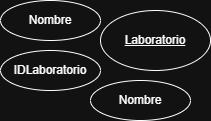
alexisbilliet/Capicua-Base_de_Datos- keeps this draw.io diagram as Actividades/Diseño y Consultas Avanzadas en  SQL/DERLaboratorio.drawio.png. Above is the earlier version. Source tidied: cells renumbered, new cells last; positions are measured from the earlier drawing's top-left corner, leaving out a move shared by most shapes. Its diagram source:
```xml
<mxGraphModel>
  <root>
    <mxCell id="0" />
    <mxCell id="1" parent="0" />
    <mxCell id="2" value="Laboratorio" style="ellipse;whiteSpace=wrap;html=1;align=center;fontStyle=4;" parent="1" vertex="1">
      <mxGeometry x="100" y="10" width="110" height="60" as="geometry" />
    </mxCell>
    <mxCell id="3" value="IDLaboratorio" style="ellipse;whiteSpace=wrap;html=1;align=center;" parent="1" vertex="1">
      <mxGeometry y="50" width="100" height="40" as="geometry" />
    </mxCell>
    <mxCell id="4" value="Nombre" style="ellipse;whiteSpace=wrap;html=1;align=center;" parent="1" vertex="1">
      <mxGeometry width="100" height="40" as="geometry" />
    </mxCell>
    <mxCell id="5" value="Nombre" style="ellipse;whiteSpace=wrap;html=1;align=center;" parent="1" vertex="1">
      <mxGeometry x="90" y="80" width="100" height="40" as="geometry" />
    </mxCell>
  </root>
</mxGraphModel>
```
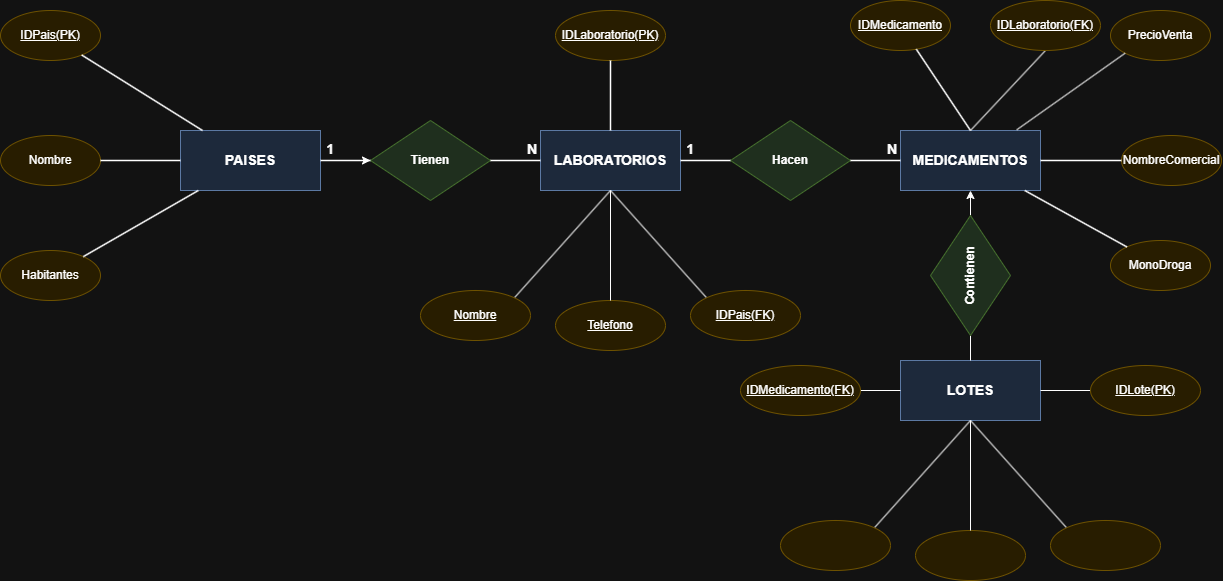
The same diagram one commit later.

Change to the diagram source:
```diff
@@ -2,17 +2,169 @@
   <root>
     <mxCell id="0" />
     <mxCell id="1" parent="0" />
-    <mxCell id="2" value="Laboratorio" style="ellipse;whiteSpace=wrap;html=1;align=center;fontStyle=4;" parent="1" vertex="1">
-      <mxGeometry x="100" y="10" width="110" height="60" as="geometry" />
-    </mxCell>
-    <mxCell id="3" value="IDLaboratorio" style="ellipse;whiteSpace=wrap;html=1;align=center;" parent="1" vertex="1">
-      <mxGeometry y="50" width="100" height="40" as="geometry" />
-    </mxCell>
-    <mxCell id="4" value="Nombre" style="ellipse;whiteSpace=wrap;html=1;align=center;" parent="1" vertex="1">
-      <mxGeometry width="100" height="40" as="geometry" />
-    </mxCell>
-    <mxCell id="5" value="Nombre" style="ellipse;whiteSpace=wrap;html=1;align=center;" parent="1" vertex="1">
-      <mxGeometry x="90" y="80" width="100" height="40" as="geometry" />
-    </mxCell>
+    <mxCell id="6" style="edgeStyle=orthogonalEdgeStyle;rounded=0;jettySize=auto;html=1;" parent="1" edge="1" source="7" target="11">
+      <mxGeometry relative="1" as="geometry" />
+    </mxCell>
+    <mxCell id="7" value="PAISES" style="rounded=0;whiteSpace=wrap;html=1;fillColor=#dae8fc;strokeColor=#6c8ebf;fontStyle=1;fontSize=14;" parent="1" vertex="1">
+      <mxGeometry x="140" y="-500" width="140" height="60" as="geometry" />
+    </mxCell>
+    <mxCell id="8" value="&lt;u&gt;IDPais(PK)&lt;/u&gt;" style="ellipse;whiteSpace=wrap;html=1;fillColor=#fff2cc;strokeColor=#d6b656;fontSize=12;html=1;" parent="1" vertex="1">
+      <mxGeometry x="-40" y="-620" width="100" height="50" as="geometry" />
+    </mxCell>
+    <mxCell id="9" value="Nombre" style="ellipse;whiteSpace=wrap;html=1;fillColor=#fff2cc;strokeColor=#d6b656;fontSize=12;" parent="1" vertex="1">
+      <mxGeometry x="-40" y="-495" width="100" height="50" as="geometry" />
+    </mxCell>
+    <mxCell id="10" value="Habitantes" style="ellipse;whiteSpace=wrap;html=1;fillColor=#fff2cc;strokeColor=#d6b656;fontSize=12;" parent="1" vertex="1">
+      <mxGeometry x="-40" y="-380" width="100" height="50" as="geometry" />
+    </mxCell>
+    <mxCell id="11" value="Tienen" style="rhombus;whiteSpace=wrap;html=1;fillColor=#d5e8d4;strokeColor=#82b366;fontStyle=1;fontSize=12;" parent="1" vertex="1">
+      <mxGeometry x="330" y="-510" width="120" height="80" as="geometry" />
+    </mxCell>
+    <mxCell id="12" value="LABORATORIOS" style="rounded=0;whiteSpace=wrap;html=1;fillColor=#dae8fc;strokeColor=#6c8ebf;fontStyle=1;fontSize=14;" parent="1" vertex="1">
+      <mxGeometry x="500" y="-500" width="140" height="60" as="geometry" />
+    </mxCell>
+    <mxCell id="13" value="&lt;u&gt;IDLaboratorio(PK)&lt;/u&gt;" style="ellipse;whiteSpace=wrap;html=1;fillColor=#fff2cc;strokeColor=#d6b656;fontSize=12;html=1;" parent="1" vertex="1">
+      <mxGeometry x="515" y="-620" width="110" height="50" as="geometry" />
+    </mxCell>
+    <mxCell id="14" value="Hacen" style="rhombus;whiteSpace=wrap;html=1;fillColor=#d5e8d4;strokeColor=#82b366;fontStyle=1;fontSize=12;" parent="1" vertex="1">
+      <mxGeometry x="690" y="-510" width="120" height="80" as="geometry" />
+    </mxCell>
+    <mxCell id="15" style="rounded=0;jettySize=auto;html=1;exitX=1;exitY=0.5;exitDx=0;exitDy=0;entryX=0.5;entryY=1;entryDx=0;entryDy=0;endArrow=classic;endFill=1;" parent="1" edge="1" source="45" target="16">
+      <mxGeometry relative="1" as="geometry" />
+    </mxCell>
+    <mxCell id="16" value="MEDICAMENTOS" style="rounded=0;whiteSpace=wrap;html=1;fillColor=#dae8fc;strokeColor=#6c8ebf;fontStyle=1;fontSize=14;" parent="1" vertex="1">
+      <mxGeometry x="860" y="-500" width="140" height="60" as="geometry" />
+    </mxCell>
+    <mxCell id="17" value="&lt;u&gt;IDMedicamento&lt;/u&gt;" style="ellipse;whiteSpace=wrap;html=1;fillColor=#fff2cc;strokeColor=#d6b656;fontSize=12;html=1;" parent="1" vertex="1">
+      <mxGeometry x="810" y="-630" width="100" height="50" as="geometry" />
+    </mxCell>
+    <mxCell id="18" value="NombreComercial" style="ellipse;whiteSpace=wrap;html=1;fillColor=#fff2cc;strokeColor=#d6b656;fontSize=12;" parent="1" vertex="1">
+      <mxGeometry x="1081" y="-495" width="100" height="50" as="geometry" />
+    </mxCell>
+    <mxCell id="19" value="MonoDroga" style="ellipse;whiteSpace=wrap;html=1;fillColor=#fff2cc;strokeColor=#d6b656;fontSize=12;" parent="1" vertex="1">
+      <mxGeometry x="1070" y="-390" width="100" height="50" as="geometry" />
+    </mxCell>
+    <mxCell id="20" style="endArrow=none;html=1;strokeWidth=1.5;rounded=0;" parent="1" edge="1" source="7" target="8">
+      <mxGeometry relative="1" as="geometry" />
+    </mxCell>
+    <mxCell id="21" style="endArrow=none;html=1;strokeWidth=1.5;rounded=0;" parent="1" edge="1" source="7" target="9">
+      <mxGeometry relative="1" as="geometry" />
+    </mxCell>
+    <mxCell id="22" style="endArrow=none;html=1;strokeWidth=1.5;rounded=0;" parent="1" edge="1" source="7" target="10">
+      <mxGeometry relative="1" as="geometry" />
+    </mxCell>
+    <mxCell id="23" value="1" style="endArrow=none;html=1;strokeWidth=1.5;labelBackgroundColor=none;fontSize=14;fontStyle=1;align=right;verticalAlign=bottom;rounded=0;" parent="1" edge="1" source="7" target="11">
+      <mxGeometry relative="1" as="geometry">
+        <mxPoint x="-10" as="offset" />
+      </mxGeometry>
+    </mxCell>
+    <mxCell id="24" value="N" style="endArrow=none;html=1;strokeWidth=1.5;labelBackgroundColor=none;fontSize=14;fontStyle=1;align=left;verticalAlign=bottom;rounded=0;" parent="1" edge="1" source="11" target="12">
+      <mxGeometry relative="1" as="geometry">
+        <mxPoint x="10" as="offset" />
+      </mxGeometry>
+    </mxCell>
+    <mxCell id="25" style="endArrow=none;html=1;strokeWidth=1.5;rounded=0;" parent="1" edge="1" source="12" target="13">
+      <mxGeometry relative="1" as="geometry" />
+    </mxCell>
+    <mxCell id="26" value="1" style="endArrow=none;html=1;strokeWidth=1.5;labelBackgroundColor=none;fontSize=14;fontStyle=1;align=right;verticalAlign=bottom;rounded=0;" parent="1" edge="1" source="12" target="14">
+      <mxGeometry relative="1" as="geometry">
+        <mxPoint x="-10" as="offset" />
+      </mxGeometry>
+    </mxCell>
+    <mxCell id="27" value="N" style="endArrow=none;html=1;strokeWidth=1.5;labelBackgroundColor=none;fontSize=14;fontStyle=1;align=left;verticalAlign=bottom;rounded=0;" parent="1" edge="1" source="14" target="16">
+      <mxGeometry relative="1" as="geometry">
+        <mxPoint x="10" as="offset" />
+      </mxGeometry>
+    </mxCell>
+    <mxCell id="28" style="endArrow=none;html=1;strokeWidth=1.5;rounded=0;exitX=0.5;exitY=0;exitDx=0;exitDy=0;" parent="1" edge="1" source="16" target="17">
+      <mxGeometry relative="1" as="geometry" />
+    </mxCell>
+    <mxCell id="29" style="endArrow=none;html=1;strokeWidth=1.5;rounded=0;" parent="1" edge="1" source="16" target="18">
+      <mxGeometry relative="1" as="geometry" />
+    </mxCell>
+    <mxCell id="30" style="endArrow=none;html=1;strokeWidth=1.5;rounded=0;" parent="1" edge="1" source="16" target="19">
+      <mxGeometry relative="1" as="geometry" />
+    </mxCell>
+    <mxCell id="31" value="1 : N" style="edgeStyle=entityRelationEdgeStyle;fontSize=11;html=1;rounded=1;endArrow=ERmandOne;startArrow=ERzeroToMany;source=3;target=2;labelBackgroundColor=#ffffff;" parent="1" edge="1">
+      <mxGeometry relative="1" as="geometry" />
+    </mxCell>
+    <mxCell id="32" value="1 : N" style="edgeStyle=entityRelationEdgeStyle;fontSize=11;html=1;rounded=1;endArrow=ERmandOne;startArrow=ERzeroToMany;source=4;target=3;labelBackgroundColor=#ffffff;" parent="1" edge="1">
+      <mxGeometry relative="1" as="geometry" />
+    </mxCell>
+    <mxCell id="33" style="rounded=0;jettySize=auto;html=1;exitX=1;exitY=0;exitDx=0;exitDy=0;entryX=0.5;entryY=1;entryDx=0;entryDy=0;endArrow=none;endFill=0;" parent="1" edge="1" source="34" target="12">
+      <mxGeometry relative="1" as="geometry" />
+    </mxCell>
+    <mxCell id="34" value="&lt;u&gt;Nombre&lt;/u&gt;" style="ellipse;whiteSpace=wrap;html=1;fillColor=#fff2cc;strokeColor=#d6b656;fontSize=12;html=1;" parent="1" vertex="1">
+      <mxGeometry x="380" y="-340" width="110" height="50" as="geometry" />
+    </mxCell>
+    <mxCell id="35" value="&lt;u&gt;Telefono&lt;/u&gt;" style="ellipse;whiteSpace=wrap;html=1;fillColor=#fff2cc;strokeColor=#d6b656;fontSize=12;html=1;" parent="1" vertex="1">
+      <mxGeometry x="515" y="-330" width="110" height="50" as="geometry" />
+    </mxCell>
+    <mxCell id="36" style="rounded=0;jettySize=auto;html=1;exitX=0;exitY=0;exitDx=0;exitDy=0;entryX=0.5;entryY=1;entryDx=0;entryDy=0;endArrow=none;endFill=0;" parent="1" edge="1" source="37" target="12">
+      <mxGeometry relative="1" as="geometry" />
+    </mxCell>
+    <mxCell id="37" value="&lt;u&gt;IDPais(FK)&lt;/u&gt;" style="ellipse;whiteSpace=wrap;html=1;fillColor=#fff2cc;strokeColor=#d6b656;fontSize=12;html=1;" parent="1" vertex="1">
+      <mxGeometry x="650" y="-340" width="110" height="50" as="geometry" />
+    </mxCell>
+    <mxCell id="38" style="rounded=0;jettySize=auto;html=1;exitX=0.5;exitY=0;exitDx=0;exitDy=0;entryX=0.5;entryY=1;entryDx=0;entryDy=0;endArrow=none;endFill=0;" parent="1" edge="1" source="35" target="12">
+      <mxGeometry relative="1" as="geometry" />
+    </mxCell>
+    <mxCell id="39" value="PrecioVenta" style="ellipse;whiteSpace=wrap;html=1;fillColor=#fff2cc;strokeColor=#d6b656;fontSize=12;" parent="1" vertex="1">
+      <mxGeometry x="1070" y="-620" width="100" height="50" as="geometry" />
+    </mxCell>
+    <mxCell id="40" style="rounded=0;jettySize=auto;html=1;exitX=0;exitY=1;exitDx=0;exitDy=0;entryX=0.83;entryY=-0.011;entryDx=0;entryDy=0;entryPerimeter=0;endArrow=none;endFill=0;" parent="1" edge="1" source="39" target="16">
+      <mxGeometry relative="1" as="geometry" />
+    </mxCell>
+    <mxCell id="41" style="rounded=0;jettySize=auto;html=1;exitX=0.5;exitY=1;exitDx=0;exitDy=0;endArrow=none;endFill=0;entryX=0.5;entryY=0;entryDx=0;entryDy=0;" parent="1" edge="1" source="42" target="16">
+      <mxGeometry relative="1" as="geometry" />
+    </mxCell>
+    <mxCell id="42" value="&lt;u&gt;IDLaboratorio(FK)&lt;/u&gt;" style="ellipse;whiteSpace=wrap;html=1;fillColor=#fff2cc;strokeColor=#d6b656;fontSize=12;html=1;" parent="1" vertex="1">
+      <mxGeometry x="950" y="-630" width="110" height="50" as="geometry" />
+    </mxCell>
+    <mxCell id="43" value="LOTES" style="rounded=0;whiteSpace=wrap;html=1;fillColor=#dae8fc;strokeColor=#6c8ebf;fontStyle=1;fontSize=14;" parent="1" vertex="1">
+      <mxGeometry x="860" y="-270" width="140" height="60" as="geometry" />
+    </mxCell>
+    <mxCell id="44" style="edgeStyle=orthogonalEdgeStyle;rounded=0;jettySize=auto;html=1;exitX=0;exitY=0.5;exitDx=0;exitDy=0;entryX=0.5;entryY=0;entryDx=0;entryDy=0;endArrow=none;endFill=0;" parent="1" edge="1" source="45" target="43">
+      <mxGeometry relative="1" as="geometry" />
+    </mxCell>
+    <mxCell id="45" value="Contienen" style="rhombus;whiteSpace=wrap;html=1;fillColor=#d5e8d4;strokeColor=#82b366;fontStyle=1;fontSize=12;rotation=-90;" parent="1" vertex="1">
+      <mxGeometry x="870" y="-395" width="120" height="80" as="geometry" />
+    </mxCell>
+    <mxCell id="46" style="edgeStyle=orthogonalEdgeStyle;rounded=0;jettySize=auto;html=1;exitX=1;exitY=0.5;exitDx=0;exitDy=0;entryX=0;entryY=0.5;entryDx=0;entryDy=0;endArrow=none;endFill=0;" parent="1" edge="1" source="47" target="43">
+      <mxGeometry relative="1" as="geometry" />
+    </mxCell>
+    <mxCell id="47" value="&lt;u&gt;IDMedicamento(FK)&lt;/u&gt;" style="ellipse;whiteSpace=wrap;html=1;fillColor=#fff2cc;strokeColor=#d6b656;fontSize=12;html=1;" parent="1" vertex="1">
+      <mxGeometry x="700" y="-265" width="120" height="50" as="geometry" />
+    </mxCell>
+    <mxCell id="48" style="edgeStyle=orthogonalEdgeStyle;rounded=0;jettySize=auto;html=1;exitX=0;exitY=0.5;exitDx=0;exitDy=0;entryX=1;entryY=0.5;entryDx=0;entryDy=0;endArrow=none;endFill=0;" parent="1" edge="1" source="49" target="43">
+      <mxGeometry relative="1" as="geometry" />
+    </mxCell>
+    <mxCell id="49" value="&lt;u&gt;IDLote(PK)&lt;/u&gt;" style="ellipse;whiteSpace=wrap;html=1;fillColor=#fff2cc;strokeColor=#d6b656;fontSize=12;html=1;" parent="1" vertex="1">
+      <mxGeometry x="1050" y="-265" width="110" height="50" as="geometry" />
+    </mxCell>
+    <mxCell id="50" style="rounded=0;jettySize=auto;html=1;exitX=1;exitY=0;exitDx=0;exitDy=0;entryX=0.5;entryY=1;entryDx=0;entryDy=0;endArrow=none;endFill=0;" parent="1" edge="1" source="51">
+      <mxGeometry relative="1" as="geometry">
+        <mxPoint x="930" y="-210" as="targetPoint" />
+      </mxGeometry>
+    </mxCell>
+    <mxCell id="51" style="ellipse;whiteSpace=wrap;html=1;fillColor=#fff2cc;strokeColor=#d6b656;fontSize=12;html=1;" parent="1" vertex="1">
+      <mxGeometry x="740" y="-110" width="110" height="50" as="geometry" />
+    </mxCell>
+    <mxCell id="52" style="ellipse;whiteSpace=wrap;html=1;fillColor=#fff2cc;strokeColor=#d6b656;fontSize=12;html=1;" parent="1" vertex="1">
+      <mxGeometry x="875" y="-100" width="110" height="50" as="geometry" />
+    </mxCell>
+    <mxCell id="53" style="rounded=0;jettySize=auto;html=1;exitX=0;exitY=0;exitDx=0;exitDy=0;entryX=0.5;entryY=1;entryDx=0;entryDy=0;endArrow=none;endFill=0;" parent="1" edge="1" source="54">
+      <mxGeometry relative="1" as="geometry">
+        <mxPoint x="930" y="-210" as="targetPoint" />
+      </mxGeometry>
+    </mxCell>
+    <mxCell id="54" style="ellipse;whiteSpace=wrap;html=1;fillColor=#fff2cc;strokeColor=#d6b656;fontSize=12;html=1;" parent="1" vertex="1">
+      <mxGeometry x="1010" y="-110" width="110" height="50" as="geometry" />
+    </mxCell>
+    <mxCell id="55" style="rounded=0;jettySize=auto;html=1;exitX=0.5;exitY=0;exitDx=0;exitDy=0;entryX=0.5;entryY=1;entryDx=0;entryDy=0;endArrow=none;endFill=0;" parent="1" edge="1" source="52">
+      <mxGeometry relative="1" as="geometry">
+        <mxPoint x="930" y="-210" as="targetPoint" />
+      </mxGeometry>
+    </mxCell>
   </root>
 </mxGraphModel>
```
